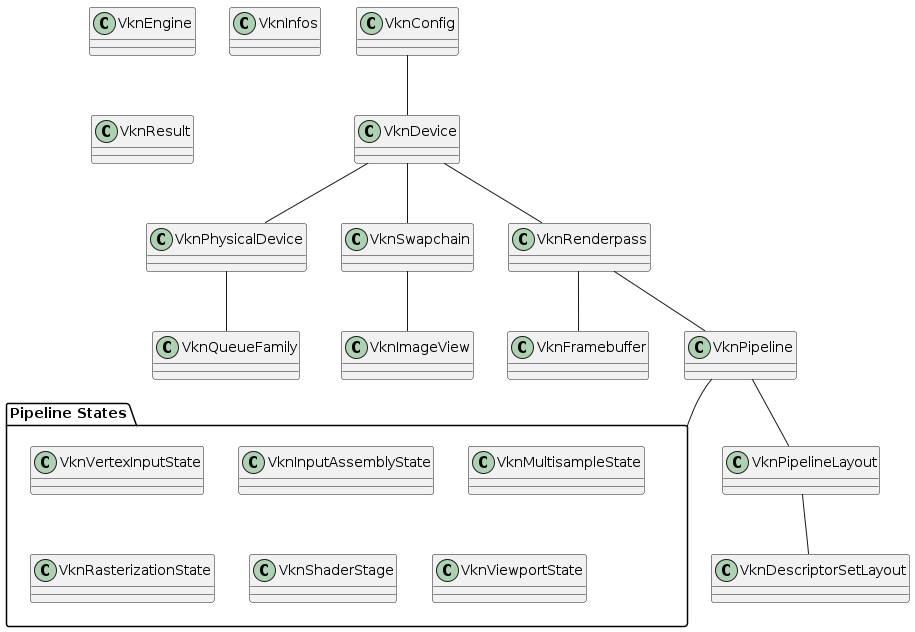
This is projectStructure/projectStructure.png from nmoehring/VknConfig, a PlantUML export, as it was before one commit.
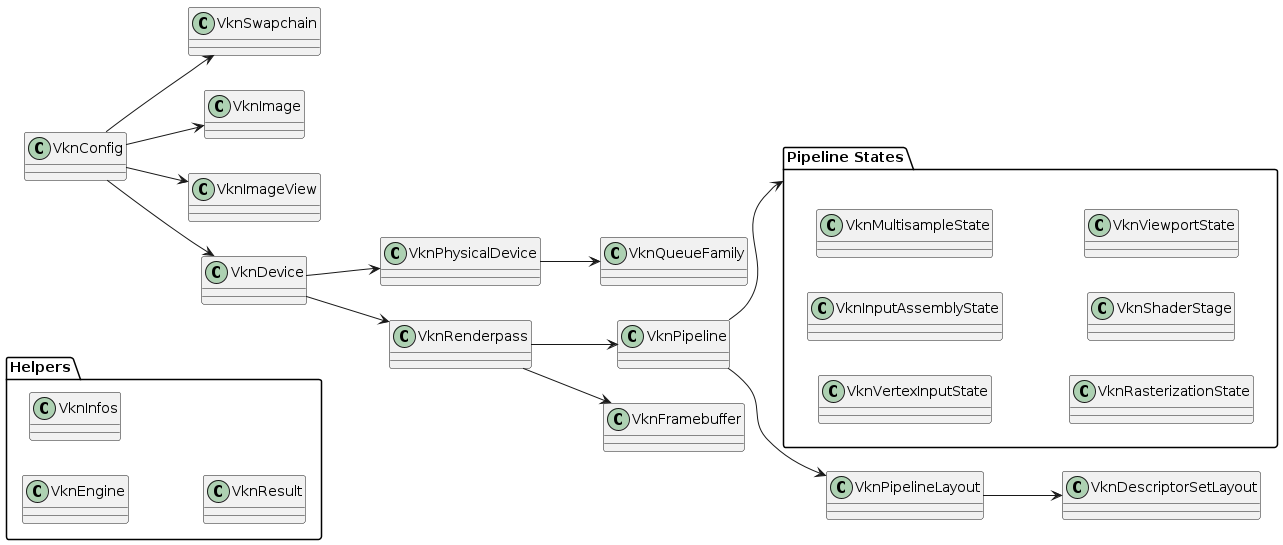
Later version of the same file.

What changed in the source:
```diff
@@ -1,36 +1,44 @@
 @startuml
-class VknConfig {}
-class VknDevice {}
-class VknPhysicalDevice {}
-class VknQueueFamily {}
-class VknSwapchain {}
-class VknImageView {}
-class VknRenderpass {}
-class VknFramebuffer {}
-class VknPipeline {}
+left to right direction
+
+package "Helpers" {
+    class VknEngine
+    class VknInfos
+    class VknResult
+}
+
+class VknPipeline
+
+class VknPhysicalDevice
+class VknQueueFamily
+
+class VknSwapchain
+class VknImage
+class VknImageView
+class VknFramebuffer
+
 package "Pipeline States" {
-class VknVertexInputState {}
-class VknInputAssemblyState {}
-class VknMultisampleState {}
-class VknRasterizationState {}
-class VknShaderStage {}
-class VknViewportState {}
+    class VknVertexInputState
+    class VknInputAssemblyState
+    class VknMultisampleState
+    class VknRasterizationState
+    class VknShaderStage
+    class VknViewportState
 }
-class VknEngine {}
-class VknInfos {}
-class VknResult {}
-class VknDescriptorSetLayout{}
-class VknPipelineLayout{}
 
-VknConfig -- VknDevice
-VknDevice -- VknPhysicalDevice
-VknPhysicalDevice -- VknQueueFamily
-VknDevice -- VknSwapchain
-VknSwapchain -- VknImageView
-VknDevice -- VknRenderpass
-VknRenderpass -- VknPipeline
-VknRenderpass -- VknFramebuffer
-VknPipeline -- "Pipeline States"
-VknPipeline -- VknPipelineLayout
-VknPipelineLayout -- VknDescriptorSetLayout
+class VknPipelineLayout
+class VknDescriptorSetLayout
+
+VknConfig --> VknDevice
+VknConfig --> VknSwapchain
+VknConfig --> VknImageView
+VknConfig --> VknImage
+VknDevice --> VknPhysicalDevice
+VknPhysicalDevice --> VknQueueFamily
+VknDevice --> VknRenderpass
+VknRenderpass --> VknPipeline
+VknRenderpass --> VknFramebuffer
+VknPipeline --> VknPipelineLayout
+VknPipeline --> "Pipeline States"
+VknPipelineLayout --> VknDescriptorSetLayout
 @enduml
```
